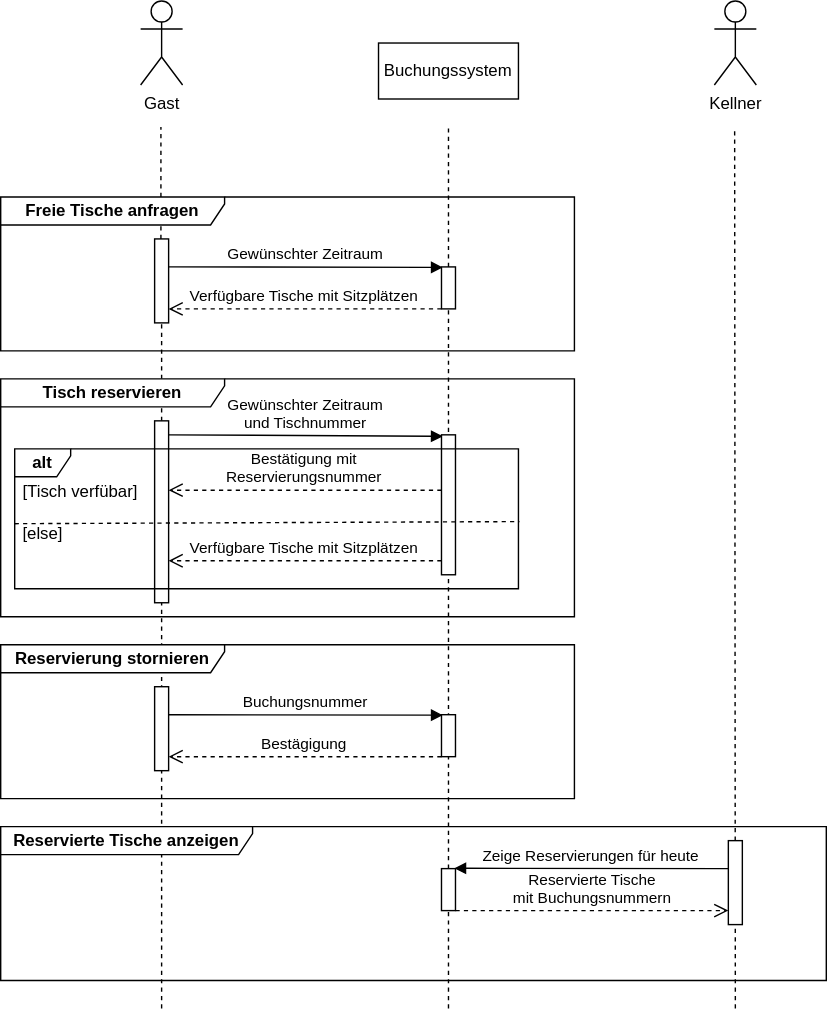
Earlier version of the draw.io export diagramme/UML-Sequence.drawio.svg (gsoTH/tischreservierung). Source tidied: cells renumbered, new cells last; positions are measured from the earlier drawing's top-left corner, leaving out a move shared by most shapes.
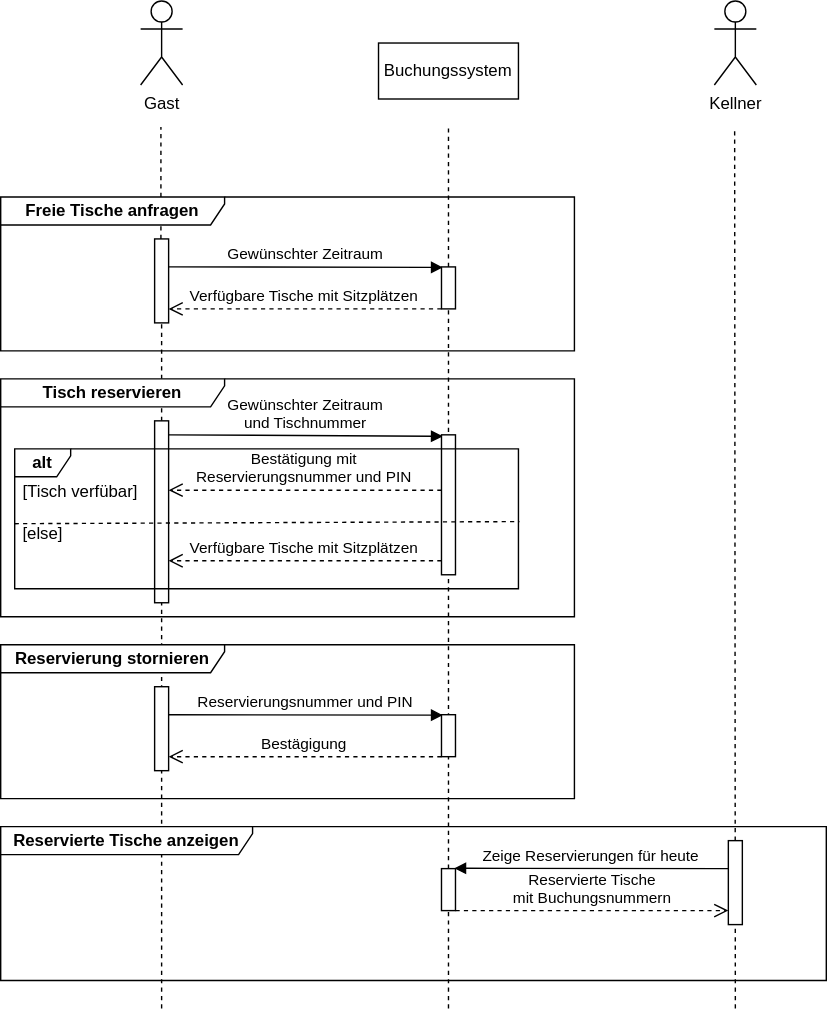
After the change.

Commit message:
Pin nachgezogen

Diff of the diagram source:
```diff
@@ -101,7 +101,7 @@
     <mxCell id="27" value="[else]" style="text;strokeColor=none;fillColor=none;align=left;verticalAlign=top;spacingLeft=4;spacingRight=4;overflow=hidden;" parent="1" vertex="1">
       <mxGeometry x="10" y="367" width="110" height="26" as="geometry" />
     </mxCell>
-    <mxCell id="28" value="Bestätigung mit &#10;Reservierungsnummer" style="verticalAlign=bottom;endArrow=open;dashed=1;endSize=8;exitX=0;exitY=0.95;shadow=0;strokeWidth=1;" parent="1" edge="1">
+    <mxCell id="28" value="Bestätigung mit &#10;Reservierungsnummer und PIN" style="verticalAlign=bottom;endArrow=open;dashed=1;endSize=8;exitX=0;exitY=0.95;shadow=0;strokeWidth=1;" parent="1" edge="1">
       <mxGeometry relative="1" as="geometry">
         <mxPoint x="315" y="349.5" as="sourcePoint" />
         <mxPoint x="120" y="349.6" as="targetPoint" />
@@ -127,7 +127,7 @@
     <mxCell id="33" style="perimeter=orthogonalPerimeter;rounded=0;shadow=0;strokeWidth=1;" parent="1" vertex="1">
       <mxGeometry x="110" y="490" width="10" height="60" as="geometry" />
     </mxCell>
-    <mxCell id="34" value="Buchungsnummer" style="verticalAlign=bottom;endArrow=block;shadow=0;strokeWidth=1;entryX=0.1;entryY=0.011;entryDx=0;entryDy=0;entryPerimeter=0;" parent="1" edge="1" target="35">
+    <mxCell id="34" value="Reservierungsnummer und PIN" style="verticalAlign=bottom;endArrow=block;shadow=0;strokeWidth=1;entryX=0.1;entryY=0.011;entryDx=0;entryDy=0;entryPerimeter=0;" parent="1" edge="1" target="35">
       <mxGeometry relative="1" as="geometry">
         <mxPoint x="120" y="510" as="sourcePoint" />
       </mxGeometry>
```
